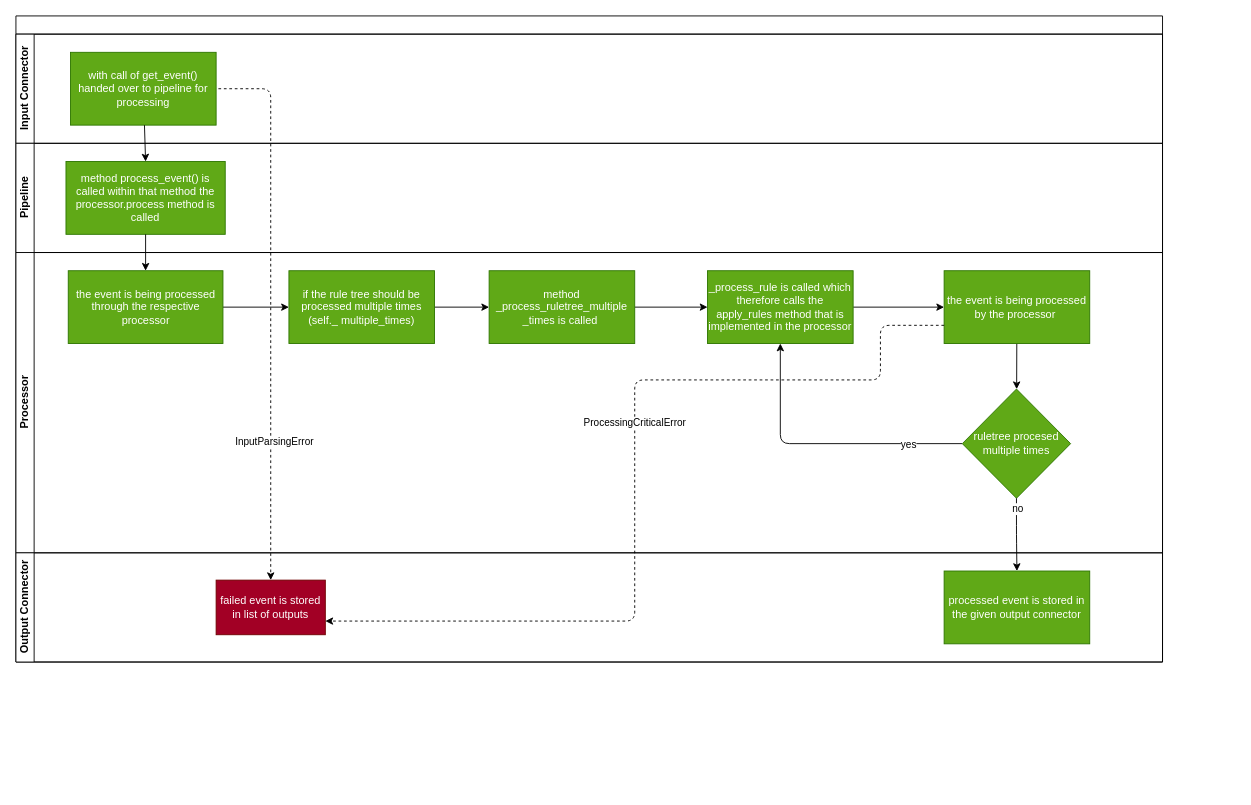
Earlier version of the draw.io diagram doc/source/development/architecture/diagramms/event_flow.drawio (fkie-cad/Logprep). Source tidied: cells renumbered, new cells numbered last; positions are measured from the earlier drawing's top-left corner, leaving out a move shared by most shapes. Both pictures are drawn from the tidied source at 91%, with x=0, y=0 at pixel (15, 15).
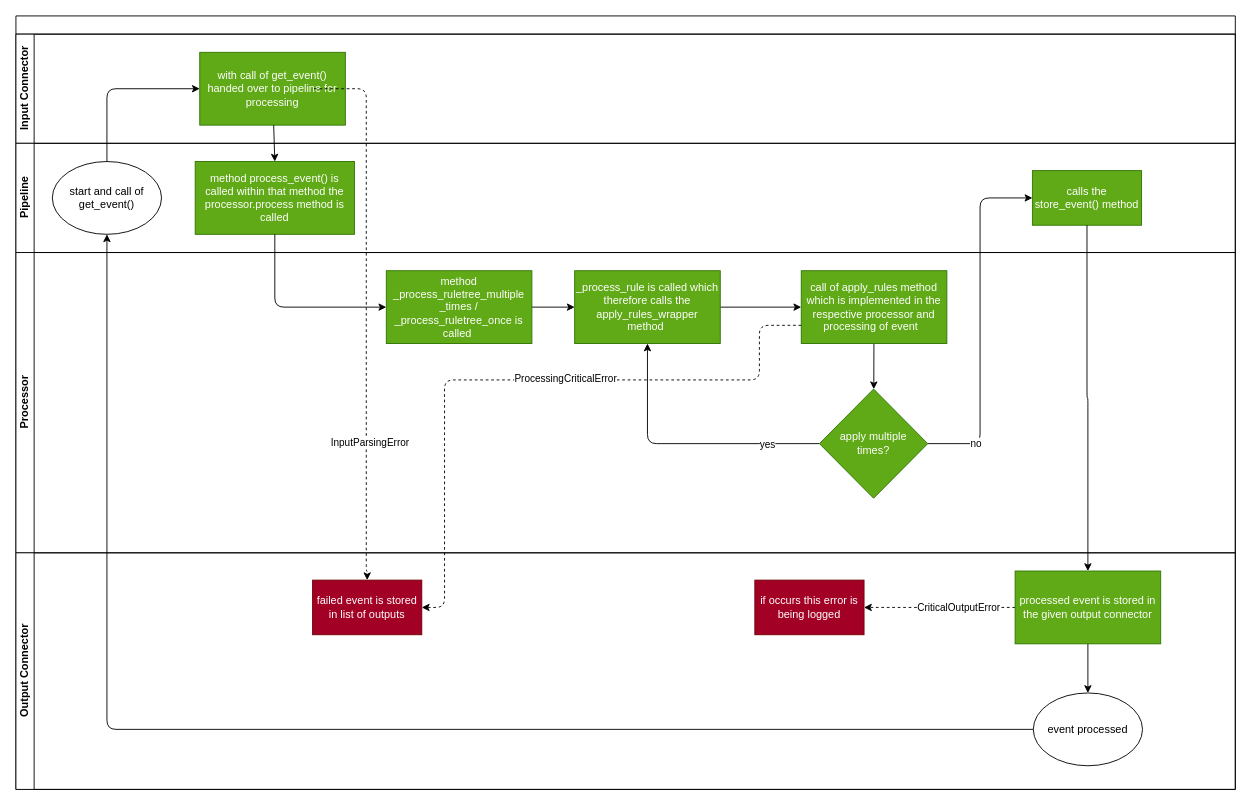
After the change.

The edit, as a diff of the source:
```diff
@@
     <mxCell id="2" style="swimlane;html=1;horizontal=1;startSize=20;whiteSpace=wrap;" parent="1" vertex="1">
-      <mxGeometry width="1260" height="710" as="geometry" />
+      <mxGeometry width="1340" height="850" as="geometry" />
     </mxCell>
     <mxCell id="3" value="Input Connector" style="swimlane;html=1;startSize=20;horizontal=0;" parent="2" vertex="1">
-      <mxGeometry y="20" width="1260" height="120" as="geometry" />
+      <mxGeometry y="20" width="1340" height="120" as="geometry" />
     </mxCell>
     <mxCell id="4" value="with call of get_event() handed over to pipeline for processing" style="rounded=0;whiteSpace=wrap;html=1;fillColor=#60a917;fontColor=#ffffff;strokeColor=#2D7600;" parent="3" vertex="1">
-      <mxGeometry x="60" y="20" width="160" height="80" as="geometry" />
+      <mxGeometry x="202" y="20" width="160" height="80" as="geometry" />
     </mxCell>
     <mxCell id="5" value="Pipeline" style="swimlane;html=1;startSize=20;horizontal=0;" parent="2" vertex="1">
-      <mxGeometry y="140" width="1260" height="120" as="geometry" />
+      <mxGeometry y="140" width="1340" height="120" as="geometry" />
     </mxCell>
     <mxCell id="6" value="method process_event() is called within that method the processor.process method is called" style="whiteSpace=wrap;html=1;rounded=0;fillColor=#60a917;fontColor=#ffffff;strokeColor=#2D7600;" parent="5" vertex="1">
-      <mxGeometry x="55" y="20" width="175" height="80" as="geometry" />
+      <mxGeometry x="197" y="20" width="175" height="80" as="geometry" />
     </mxCell>
+    <mxCell id="32" value="start and call of get_event()" style="ellipse;whiteSpace=wrap;html=1;" parent="5" vertex="1">
+      <mxGeometry x="40" y="20" width="120" height="80" as="geometry" />
+    </mxCell>
+    <mxCell id="33" value="calls the store_event() method" style="rounded=0;whiteSpace=wrap;html=1;fillColor=#60a917;fontColor=#ffffff;strokeColor=#2D7600;" parent="5" vertex="1">
+      <mxGeometry x="1117" y="30" width="120" height="60" as="geometry" />
+    </mxCell>
     <mxCell id="7" value="Processor" style="swimlane;html=1;startSize=20;horizontal=0;" parent="2" vertex="1">
-      <mxGeometry y="260" width="1260" height="330" as="geometry" />
+      <mxGeometry y="260" width="1340" height="330" as="geometry" />
     </mxCell>
-    <mxCell id="8" style="edgeStyle=none;html=1;entryX=0;entryY=0.5;entryDx=0;entryDy=0;" parent="7" edge="1" source="9" target="11">
-      <mxGeometry relative="1" as="geometry" />
-    </mxCell>
-    <mxCell id="9" value="the event is being processed through the respective processor" style="whiteSpace=wrap;html=1;rounded=0;fillColor=#60a917;fontColor=#ffffff;strokeColor=#2D7600;" parent="7" vertex="1">
-      <mxGeometry x="57.5" y="20" width="170" height="80" as="geometry" />
-    </mxCell>
-    <mxCell id="10" style="edgeStyle=none;html=1;entryX=0;entryY=0.5;entryDx=0;entryDy=0;" parent="7" edge="1" source="11" target="13">
-      <mxGeometry relative="1" as="geometry" />
-    </mxCell>
-    <mxCell id="11" value="if the rule tree should be processed multiple times&lt;br&gt;(self._ multiple_times)" style="whiteSpace=wrap;html=1;rounded=0;fillColor=#60a917;fontColor=#ffffff;strokeColor=#2D7600;" parent="7" vertex="1">
-      <mxGeometry x="300" y="20" width="160" height="80" as="geometry" />
-    </mxCell>
@@
-    <mxCell id="13" value="method _process_ruletree_multiple&lt;br&gt;_times is called&amp;nbsp;" style="whiteSpace=wrap;html=1;rounded=0;fillColor=#60a917;fontColor=#ffffff;strokeColor=#2D7600;" parent="7" vertex="1">
-      <mxGeometry x="520" y="20" width="160" height="80" as="geometry" />
+    <mxCell id="13" value="method _process_ruletree_multiple&lt;br&gt;_times / _process_ruletree_once is called&amp;nbsp;" style="whiteSpace=wrap;html=1;rounded=0;fillColor=#60a917;fontColor=#ffffff;strokeColor=#2D7600;" parent="7" vertex="1">
+      <mxGeometry x="407" y="20" width="160" height="80" as="geometry" />
     </mxCell>
@@
-    <mxCell id="15" value="_process_rule is called which therefore calls the apply_rules method that is implemented in the processor" style="whiteSpace=wrap;html=1;rounded=0;fillColor=#60a917;fontColor=#ffffff;strokeColor=#2D7600;" parent="7" vertex="1">
-      <mxGeometry x="760" y="20" width="160" height="80" as="geometry" />
+    <mxCell id="15" value="_process_rule is called which therefore calls the apply_rules_wrapper method&amp;nbsp;" style="whiteSpace=wrap;html=1;rounded=0;fillColor=#60a917;fontColor=#ffffff;strokeColor=#2D7600;" parent="7" vertex="1">
+      <mxGeometry x="614" y="20" width="160" height="80" as="geometry" />
     </mxCell>
@@
-    <mxCell id="17" value="the event is being processed by the processor&amp;nbsp;" style="whiteSpace=wrap;html=1;rounded=0;fillColor=#60a917;fontColor=#ffffff;strokeColor=#2D7600;" parent="7" vertex="1">
-      <mxGeometry x="1020" y="20" width="160" height="80" as="geometry" />
+    <mxCell id="17" value="call of apply_rules method which is implemented in the respective processor and processing of event&amp;nbsp;&amp;nbsp;" style="whiteSpace=wrap;html=1;rounded=0;fillColor=#60a917;fontColor=#ffffff;strokeColor=#2D7600;" parent="7" vertex="1">
+      <mxGeometry x="863" y="20" width="160" height="80" as="geometry" />
     </mxCell>
@@
-    <mxCell id="20" value="ruletree procesed&lt;br&gt;multiple times" style="rhombus;whiteSpace=wrap;html=1;rounded=0;fillColor=#60a917;fontColor=#ffffff;strokeColor=#2D7600;" parent="7" vertex="1">
-      <mxGeometry x="1040" y="150" width="119" height="120" as="geometry" />
+    <mxCell id="20" value="apply multiple &lt;br&gt;times?" style="rhombus;whiteSpace=wrap;html=1;rounded=0;fillColor=#60a917;fontColor=#ffffff;strokeColor=#2D7600;" parent="7" vertex="1">
+      <mxGeometry x="883" y="150" width="119" height="120" as="geometry" />
     </mxCell>
     <mxCell id="21" value="Output Connector" style="swimlane;html=1;startSize=20;horizontal=0;" parent="2" vertex="1">
-      <mxGeometry y="590" width="1260" height="120" as="geometry" />
+      <mxGeometry y="590" width="1340" height="260" as="geometry" />
     </mxCell>
+    <mxCell id="34" style="edgeStyle=orthogonalEdgeStyle;html=1;entryX=0.5;entryY=0;entryDx=0;entryDy=0;" parent="21" edge="1" source="22" target="37">
+      <mxGeometry relative="1" as="geometry" />
+    </mxCell>
+    <mxCell id="35" style="edgeStyle=orthogonalEdgeStyle;html=1;entryX=1;entryY=0.5;entryDx=0;entryDy=0;dashed=1;" parent="21" edge="1" source="22" target="38">
+      <mxGeometry relative="1" as="geometry" />
+    </mxCell>
+    <mxCell id="36" value="CriticalOutputError" style="edgeLabel;html=1;align=center;verticalAlign=middle;" parent="35" vertex="1">
+      <mxGeometry x="-0.24" y="-1" relative="1" as="geometry" />
+    </mxCell>
     <mxCell id="22" value="processed event is stored in the given output connector" style="whiteSpace=wrap;html=1;rounded=0;fillColor=#60a917;fontColor=#ffffff;strokeColor=#2D7600;" parent="21" vertex="1">
-      <mxGeometry x="1020" y="20" width="160" height="80" as="geometry" />
+      <mxGeometry x="1098" y="20" width="160" height="80" as="geometry" />
     </mxCell>
     <mxCell id="23" value="failed event is stored in list of outputs" style="whiteSpace=wrap;html=1;fillColor=#a20025;strokeColor=#6F0000;fontColor=#ffffff;" parent="21" vertex="1">
-      <mxGeometry x="220" y="30" width="120" height="60" as="geometry" />
+      <mxGeometry x="326" y="30" width="120" height="60" as="geometry" />
     </mxCell>
+    <mxCell id="37" value="event processed" style="ellipse;whiteSpace=wrap;html=1;" parent="21" vertex="1">
+      <mxGeometry x="1118" y="154" width="120" height="80" as="geometry" />
+    </mxCell>
+    <mxCell id="38" value="if occurs this error is being logged" style="rounded=0;whiteSpace=wrap;html=1;fillColor=#a20025;fontColor=#ffffff;strokeColor=#6F0000;" parent="21" vertex="1">
+      <mxGeometry x="812" y="30" width="120" height="60" as="geometry" />
+    </mxCell>
@@
-    <mxCell id="25" style="edgeStyle=none;html=1;entryX=0.5;entryY=0;entryDx=0;entryDy=0;" parent="2" edge="1" source="6" target="9">
+    <mxCell id="25" style="edgeStyle=orthogonalEdgeStyle;html=1;entryX=0;entryY=0.5;entryDx=0;entryDy=0;exitX=0.5;exitY=1;exitDx=0;exitDy=0;" parent="2" edge="1" source="6" target="13">
       <mxGeometry relative="1" as="geometry" />
     </mxCell>
-    <mxCell id="26" style="edgeStyle=orthogonalEdgeStyle;html=1;" parent="2" edge="1" source="20" target="22">
+    <mxCell id="26" style="edgeStyle=orthogonalEdgeStyle;html=1;entryX=0;entryY=0.5;entryDx=0;entryDy=0;" parent="2" edge="1" source="20" target="33">
       <mxGeometry relative="1" as="geometry" />
     </mxCell>
@@
     <mxCell id="28" style="edgeStyle=orthogonalEdgeStyle;html=1;entryX=0.5;entryY=0;entryDx=0;entryDy=0;dashed=1;" parent="2" edge="1" target="23">
       <mxGeometry relative="1" as="geometry">
-        <mxPoint x="222.5" y="80" as="sourcePoint" />
+        <mxPoint x="327.5" y="80" as="sourcePoint" />
         <Array as="points">
-          <mxPoint x="280" y="80" />
+          <mxPoint x="385" y="80" />
+          <mxPoint x="385" y="610" />
+          <mxPoint x="386" y="610" />
         </Array>
       </mxGeometry>
     </mxCell>
@@
-    <mxCell id="30" style="edgeStyle=orthogonalEdgeStyle;html=1;entryX=1;entryY=0.75;entryDx=0;entryDy=0;dashed=1;exitX=0;exitY=0.75;exitDx=0;exitDy=0;" parent="2" edge="1" source="17" target="23">
+    <mxCell id="30" style="edgeStyle=orthogonalEdgeStyle;html=1;entryX=1;entryY=0.5;entryDx=0;entryDy=0;dashed=1;exitX=0;exitY=0.75;exitDx=0;exitDy=0;" parent="2" edge="1" source="17" target="23">
       <mxGeometry relative="1" as="geometry">
         <Array as="points">
-          <mxPoint x="950" y="340" />
-          <mxPoint x="950" y="400" />
-          <mxPoint x="680" y="400" />
-          <mxPoint x="680" y="665" />
+          <mxPoint x="817" y="340" />
+          <mxPoint x="817" y="400" />
+          <mxPoint x="471" y="400" />
+          <mxPoint x="471" y="650" />
         </Array>
       </mxGeometry>
     </mxCell>
     <mxCell id="31" value="ProcessingCriticalError" style="edgeLabel;html=1;align=center;verticalAlign=middle;" parent="30" vertex="1">
       <mxGeometry x="-0.11" y="-1" relative="1" as="geometry">
-        <mxPoint y="-1" as="offset" />
+        <mxPoint x="4" y="-1" as="offset" />
       </mxGeometry>
     </mxCell>
+    <mxCell id="39" style="edgeStyle=orthogonalEdgeStyle;html=1;entryX=0;entryY=0.5;entryDx=0;entryDy=0;exitX=0.5;exitY=0;exitDx=0;exitDy=0;" parent="2" edge="1" source="32" target="4">
+      <mxGeometry relative="1" as="geometry" />
+    </mxCell>
+    <mxCell id="40" style="edgeStyle=orthogonalEdgeStyle;html=1;" parent="2" edge="1" source="33" target="22">
+      <mxGeometry relative="1" as="geometry" />
+    </mxCell>
+    <mxCell id="41" style="edgeStyle=orthogonalEdgeStyle;html=1;" parent="2" edge="1" source="37" target="32">
+      <mxGeometry relative="1" as="geometry" />
+    </mxCell>
```
